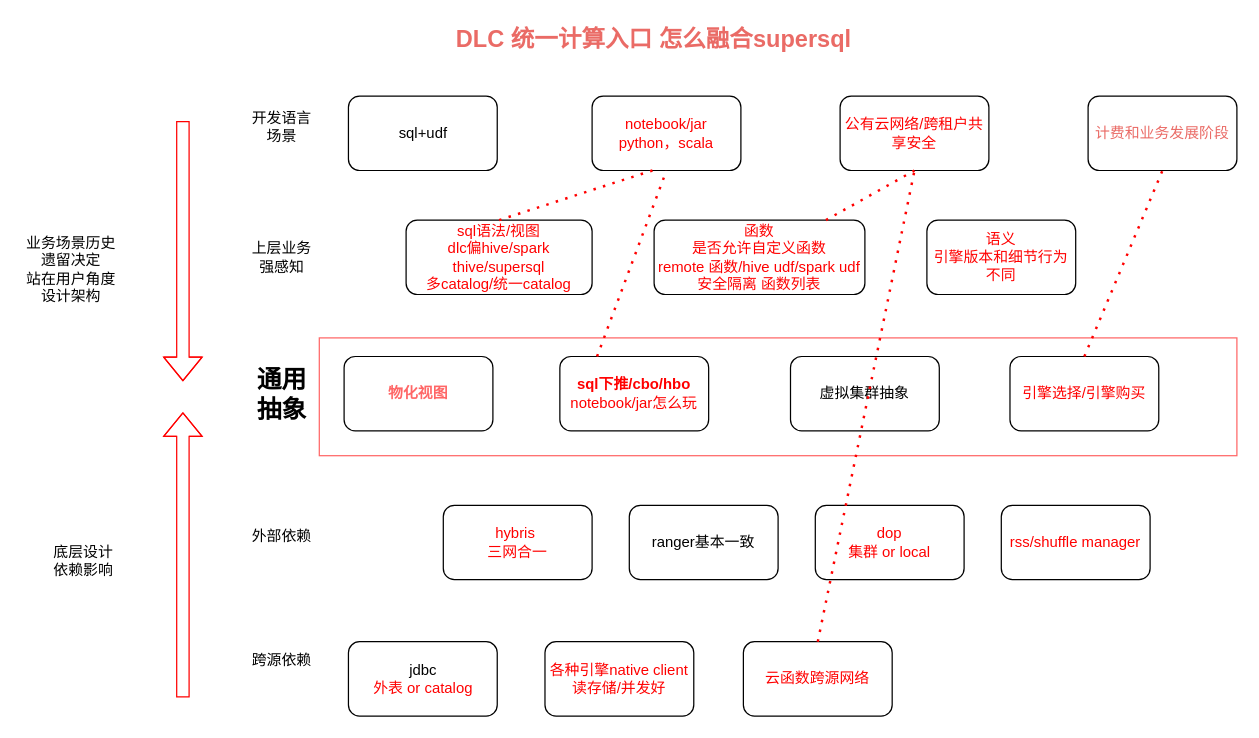
yuhuali1989/ui keeps this draw.io diagram as 统一计算.drawio. Above is the earlier version. Source tidied: cells renumbered, new cells numbered last; positions are measured from the earlier drawing's top-left corner, leaving out a move shared by most shapes. Both pictures are drawn from the tidied source at 124%, with x=0, y=0 at pixel (21, 21).
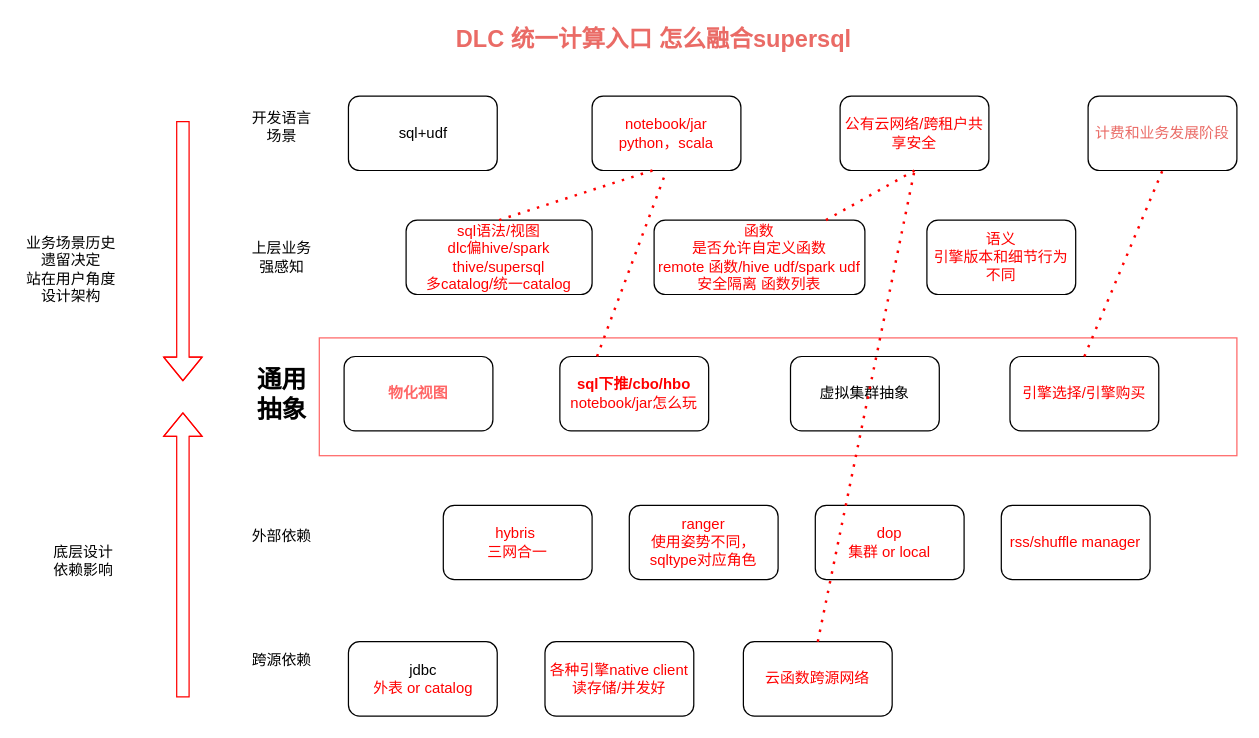
The same diagram, later.

Change to the diagram source:
```diff
@@
-    <mxCell id="12" value="&lt;font&gt;ranger基本一致&lt;/font&gt;" style="rounded=1;whiteSpace=wrap;html=1;fontColor=#000000;" parent="1" vertex="1">
+    <mxCell id="12" value="&lt;font color=&quot;#ff0000&quot;&gt;ranger&lt;br&gt;使用姿势不同，sqltype对应角色&lt;/font&gt;" style="rounded=1;whiteSpace=wrap;html=1;fontColor=#000000;" parent="1" vertex="1">
       <mxGeometry x="490" y="390" width="120" height="60" as="geometry" />
     </mxCell>
```
